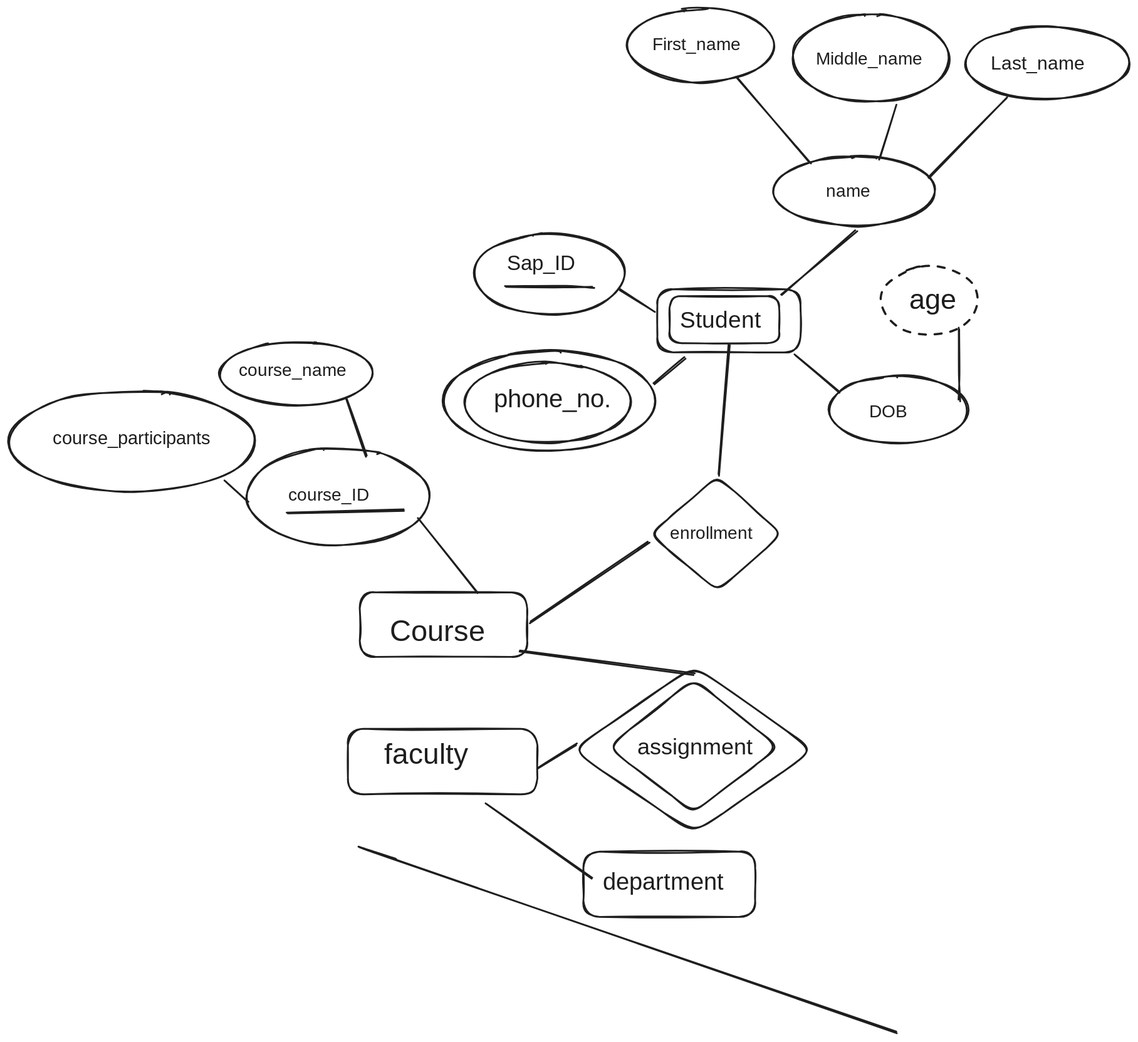
Earlier version of the Excalidraw export Notes Factory/Semister 3/Rough Work/t1.excalidraw.svg (P7XCKD/NF). Source tidied: one line per element, renumbered; positions are measured from the earlier drawing's top-left corner, leaving out a move shared by most shapes.
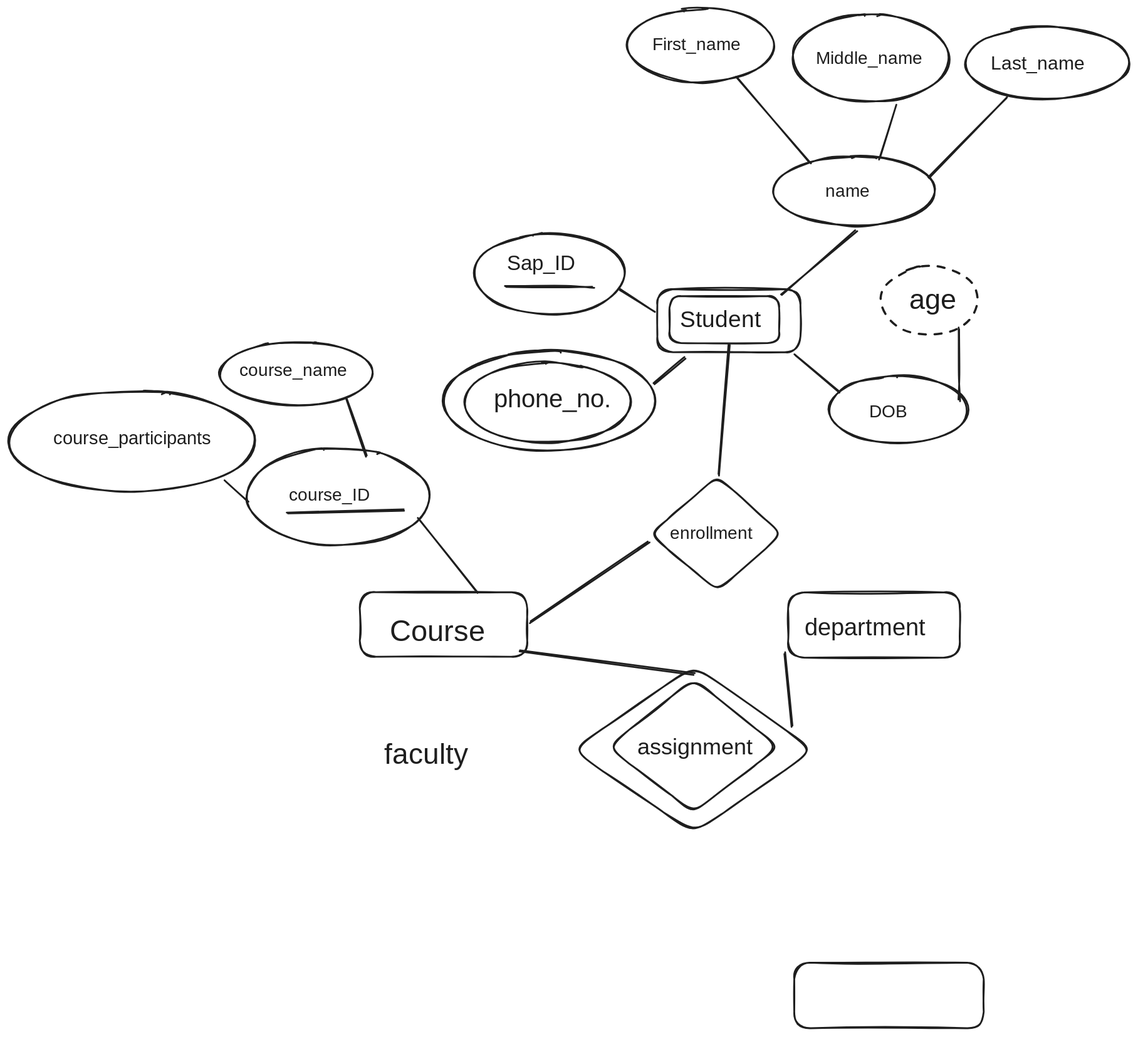
Later version of the same file.

Diff of the diagram source:
```diff
@@ -45,12 +45,10 @@
 {"id": 44, "type": "line", "strokeColor": "#1e1e1e", "strokeWidth": 2, "roughness": 1, "round": true, "x": 247, "y": 539, "width": 25, "height": 21, "points": [[0, 0], [25, 21]]}
 {"id": 45, "type": "diamond", "strokeColor": "#1e1e1e", "strokeWidth": 2, "roughness": 1, "round": true, "x": 682, "y": 764, "width": 195, "height": 152}
 {"id": 46, "type": "diamond", "strokeColor": "#1e1e1e", "strokeWidth": 2, "roughness": 1, "round": true, "x": 642, "y": 749, "width": 276, "height": 191}
-{"id": 47, "type": "line", "strokeColor": "#1e1e1e", "strokeWidth": 2, "roughness": 1, "round": true, "x": 646, "y": 838, "width": 43, "height": 26, "points": [[0, 0], [-43, 26]]}
+{"id": 47, "type": "line", "strokeColor": "#1e1e1e", "strokeWidth": 2, "roughness": 1, "round": true, "x": 884, "y": 735, "width": 10, "height": 83, "points": [[0, 0], [10, 83]]}
 {"id": 48, "type": "text", "text": "assignment", "strokeColor": "#1e1e1e", "strokeWidth": 2, "roughness": 1, "fontSize": 25.48, "fontFamily": 1, "x": 717, "y": 827, "width": 131, "height": 32}
 {"id": 49, "type": "line", "strokeColor": "#1e1e1e", "strokeWidth": 2, "roughness": 1, "round": true, "x": 782, "y": 759, "width": 200, "height": 26, "points": [[0, 0], [-200, -26]]}
-{"id": 50, "type": "rectangle", "strokeColor": "#1e1e1e", "strokeWidth": 2, "roughness": 1, "round": true, "x": 387, "y": 821, "width": 216, "height": 75}
+{"id": 50, "type": "rectangle", "strokeColor": "#1e1e1e", "strokeWidth": 2, "roughness": 1, "round": true, "x": 895, "y": 1088, "width": 216, "height": 75}
-{"id": 51, "type": "rectangle", "strokeColor": "#1e1e1e", "strokeWidth": 2, "roughness": 1, "round": true, "x": 655, "y": 961, "width": 196, "height": 75}
+{"id": 51, "type": "rectangle", "strokeColor": "#1e1e1e", "strokeWidth": 2, "roughness": 1, "round": true, "x": 888, "y": 665, "width": 196, "height": 75}
 {"id": 52, "type": "text", "text": "faculty ", "strokeColor": "#1e1e1e", "strokeWidth": 2, "roughness": 1, "fontSize": 32.93, "fontFamily": 1, "x": 428, "y": 830, "width": 132, "height": 41}
-{"id": 53, "type": "text", "text": "department ", "strokeColor": "#1e1e1e", "strokeWidth": 2, "roughness": 1, "fontSize": 27.4, "fontFamily": 1, "x": 677, "y": 979, "width": 164, "height": 34}
+{"id": 53, "type": "text", "text": "department ", "strokeColor": "#1e1e1e", "strokeWidth": 2, "roughness": 1, "fontSize": 27.4, "fontFamily": 1, "x": 907, "y": 690, "width": 164, "height": 34}
-{"id": 54, "type": "line", "strokeColor": "#1e1e1e", "strokeWidth": 2, "roughness": 1, "round": true, "x": 544, "y": 906, "width": 120, "height": 85, "points": [[0, 0], [120, 85]]}
-{"id": 55, "type": "line", "strokeColor": "#1e1e1e", "strokeWidth": 2, "roughness": 1, "round": true, "x": 441, "y": 970, "width": 570, "height": 197, "points": [[0, 0], [0, 0], [570, 197]]}
```
